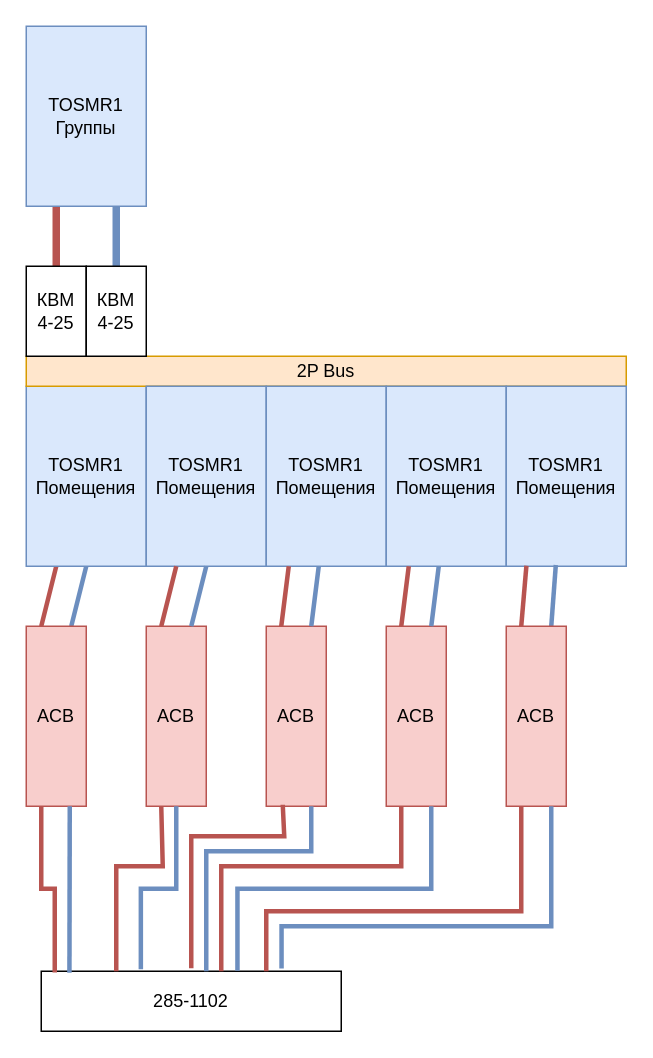
The draw.io diagram electrical/electrical_panel.drawio in AlexMKX/renovation-requirements, before the edit. Source tidied: cells renumbered, new cells numbered last; positions are measured from the earlier drawing's top-left corner, leaving out a move shared by most shapes. Both pictures are drawn from the tidied source at 150%, with x=0, y=0 at pixel (26, 26).
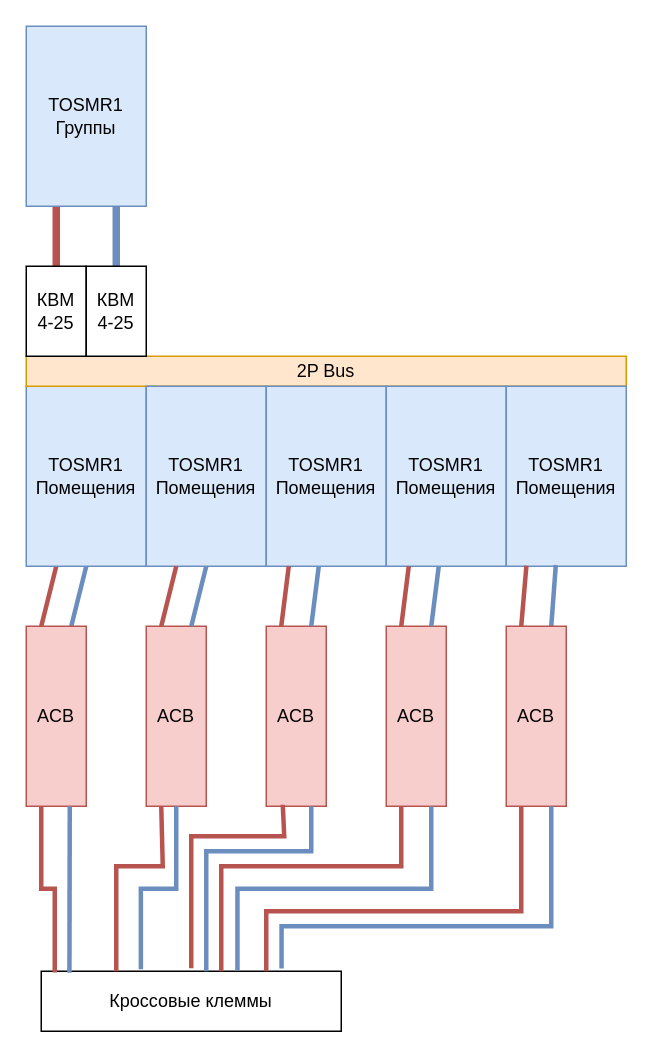
Above is the later version.

Commit message (it also covers changes not shown here):
Обновлено изображение электрической панели в проекте для улучшения визуального представления и соответствия актуальным стандартам.

Diff of the diagram source:
```diff
@@
-    <mxCell id="16" value="285-1102" style="rounded=0;whiteSpace=wrap;html=1;" parent="1" vertex="1">
+    <mxCell id="16" value="Кроссовые клеммы" style="rounded=0;whiteSpace=wrap;html=1;" parent="1" vertex="1">
       <mxGeometry x="10" y="630" width="200" height="40" as="geometry" />
     </mxCell>
```
